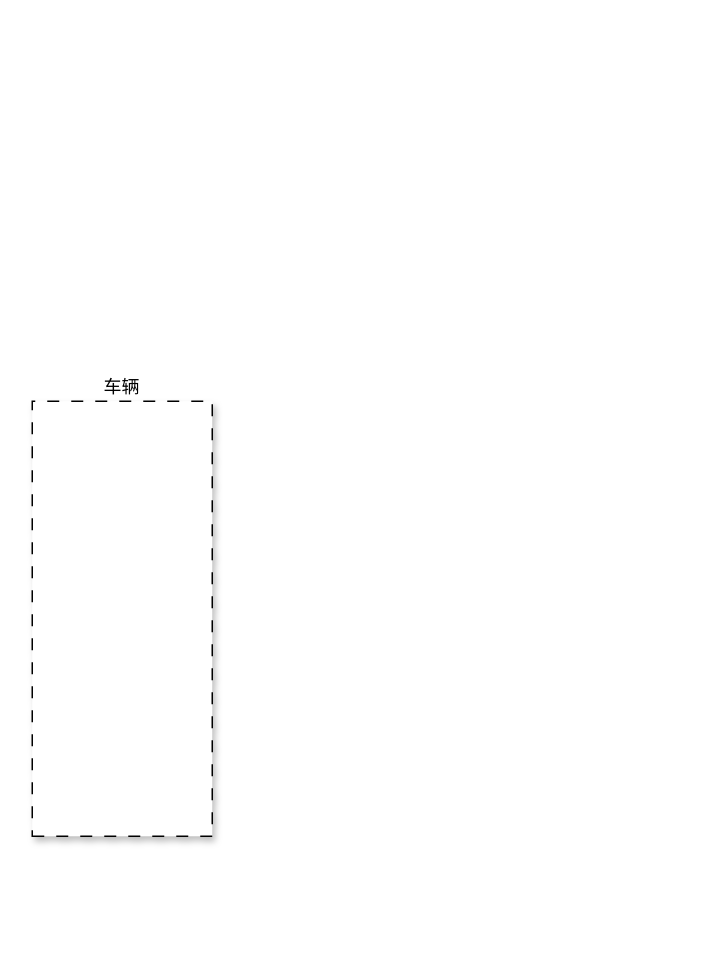
Above: 未命名绘图.drawio in trancer-nature/Abc (draw.io), before the change. Source tidied: cells renumbered, new cells numbered last; positions are measured from the earlier drawing's top-left corner, leaving out a move shared by most shapes. Both pictures are drawn from the tidied source at 150%, with x=0, y=0 at pixel (32, 400).
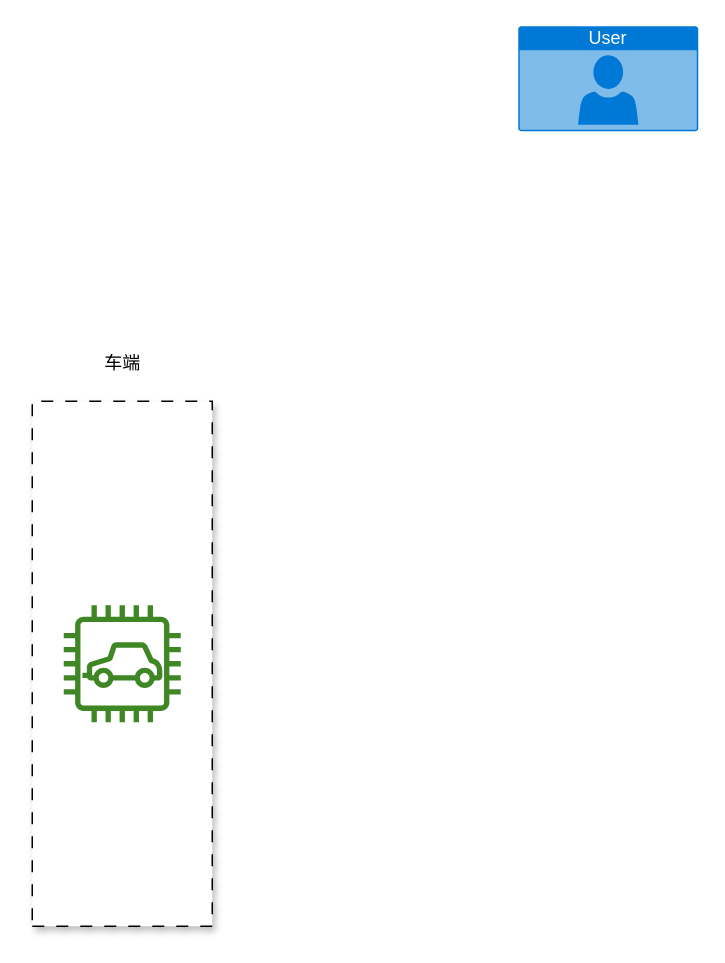
Above is the later version.

Commit message:
更新未命名绘图.drawio

The edit, as a diff of the source:
```diff
@@
 <mxGraphModel>
   <root>
     <mxCell id="0" />
     <mxCell id="1" parent="0" />
-    <mxCell id="2" value="车辆" style="verticalLabelPosition=top;verticalAlign=bottom;shape=mxgraph.basic.rect;fillColor2=none;strokeWidth=1;size=20;indent=5;dashed=1;dashPattern=8 8;shadow=1;labelPosition=center;align=center;labelBorderColor=none;labelBackgroundColor=none;horizontal=1;fontColor=default;overflow=visible;strokeOpacity=100;flipH=0;flipV=1;" parent="1" vertex="1">
-      <mxGeometry width="120" height="290" as="geometry" />
+    <mxCell id="2" value="车辆" style="verticalLabelPosition=top;verticalAlign=bottom;shape=mxgraph.basic.rect;fillColor2=none;strokeWidth=1;size=20;indent=5;dashed=1;dashPattern=8 8;shadow=1;labelPosition=center;align=center;labelBorderColor=none;labelBackgroundColor=none;horizontal=1;fontColor=none;overflow=visible;strokeOpacity=100;flipH=0;flipV=1;noLabel=1;" parent="1" vertex="1">
+      <mxGeometry width="120" height="350" as="geometry" />
     </mxCell>
+    <mxCell id="3" value="车端" style="text;html=1;align=center;verticalAlign=middle;strokeColor=none;fillColor=none;" parent="1" vertex="1">
+      <mxGeometry x="35" y="-40" width="50" height="30" as="geometry" />
+    </mxCell>
+    <mxCell id="4" style="sketch=0;fontColor=#232F3E;gradientColor=none;fillColor=#3F8624;strokeColor=none;dashed=0;verticalLabelPosition=bottom;verticalAlign=top;align=center;html=1;fontSize=12;fontStyle=0;shape=mxgraph.aws4.car;" parent="1" vertex="1">
+      <mxGeometry x="21" y="136" width="78" height="78" as="geometry" />
+    </mxCell>
+    <mxCell id="5" value="User" style="html=1;whiteSpace=wrap;strokeColor=none;fillColor=#0079D6;labelPosition=center;verticalLabelPosition=middle;verticalAlign=top;align=center;fontSize=12;spacingTop=-6;fontColor=#FFFFFF;sketch=0;shape=mxgraph.sitemap.user;" parent="1" vertex="1">
+      <mxGeometry x="324" y="-250" width="120" height="70" as="geometry" />
+    </mxCell>
   </root>
 </mxGraphModel>
```
